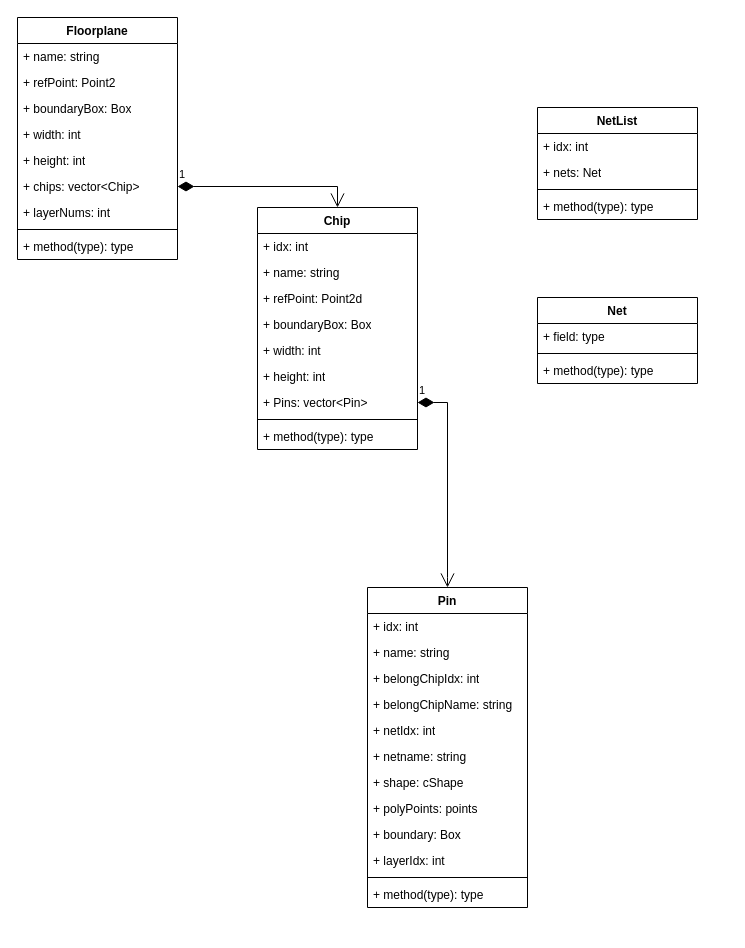
Earlier version of the draw.io diagram SoftWareTopLevel.drawio (Davidlihuang/DrawIODir). Source tidied: cells renumbered, new cells numbered last; positions are measured from the earlier drawing's top-left corner, leaving out a move shared by most shapes. Both pictures are drawn from the tidied source at 100%, with x=0, y=0 at pixel (17, 17).
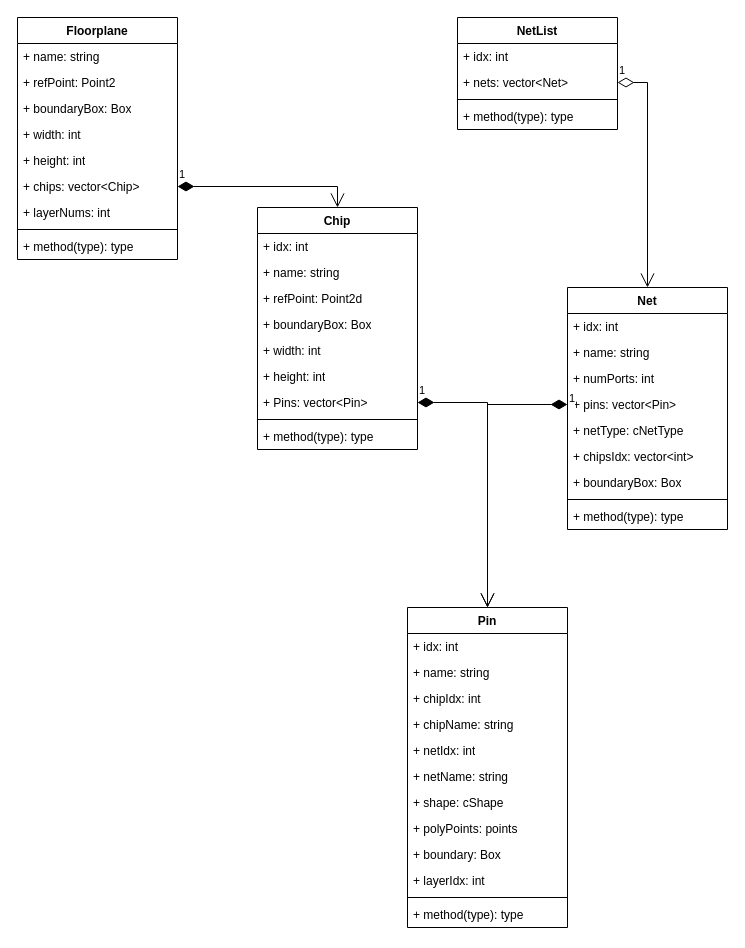
Above is the later version.

The change refers to these unchanged cells:
```xml
<mxCell id="19" value="+ Pins: vector&amp;lt;Pin&amp;gt;" style="text;strokeColor=none;fillColor=none;align=left;verticalAlign=top;spacingLeft=4;spacingRight=4;overflow=hidden;points=[[0,0.5],[1,0.5]];portConstraint=eastwest;whiteSpace=wrap;html=1;" parent="12" vertex="1">
  <mxGeometry y="182" width="160" height="26" as="geometry" />
</mxCell>
```

What changed in the source:
```diff
@@
     <mxCell id="22" value="Pin" style="swimlane;fontStyle=1;align=center;verticalAlign=top;horizontal=1;startSize=26;whiteSpace=wrap;html=1;" parent="1" vertex="1">
-      <mxGeometry x="350" y="570" width="160" height="320" as="geometry" />
+      <mxGeometry x="390" y="590" width="160" height="320" as="geometry" />
     </mxCell>
@@
-    <mxCell id="25" value="+ belongChipIdx: int" style="text;strokeColor=none;fillColor=none;align=left;verticalAlign=top;spacingLeft=4;spacingRight=4;overflow=hidden;whiteSpace=wrap;html=1;" parent="22" vertex="1">
+    <mxCell id="25" value="+ chipIdx: int" style="text;strokeColor=none;fillColor=none;align=left;verticalAlign=top;spacingLeft=4;spacingRight=4;overflow=hidden;whiteSpace=wrap;html=1;" parent="22" vertex="1">
       <mxGeometry y="78" width="160" height="26" as="geometry" />
     </mxCell>
-    <mxCell id="26" value="+ belongChipName: string" style="text;strokeColor=none;fillColor=none;align=left;verticalAlign=top;spacingLeft=4;spacingRight=4;overflow=hidden;whiteSpace=wrap;html=1;" parent="22" vertex="1">
+    <mxCell id="26" value="+ chipName: string" style="text;strokeColor=none;fillColor=none;align=left;verticalAlign=top;spacingLeft=4;spacingRight=4;overflow=hidden;whiteSpace=wrap;html=1;" parent="22" vertex="1">
       <mxGeometry y="104" width="160" height="26" as="geometry" />
     </mxCell>
@@
-    <mxCell id="28" value="+ netname: string" style="text;strokeColor=none;fillColor=none;align=left;verticalAlign=top;spacingLeft=4;spacingRight=4;overflow=hidden;whiteSpace=wrap;html=1;" parent="22" vertex="1">
+    <mxCell id="28" value="+ netName: string" style="text;strokeColor=none;fillColor=none;align=left;verticalAlign=top;spacingLeft=4;spacingRight=4;overflow=hidden;whiteSpace=wrap;html=1;" parent="22" vertex="1">
       <mxGeometry y="156" width="160" height="26" as="geometry" />
     </mxCell>
@@
     <mxCell id="35" value="Net" style="swimlane;fontStyle=1;align=center;verticalAlign=top;horizontal=1;startSize=26;whiteSpace=wrap;html=1;" parent="1" vertex="1">
-      <mxGeometry x="520" y="280" width="160" height="86" as="geometry" />
+      <mxGeometry x="550" y="270" width="160" height="242" as="geometry" />
     </mxCell>
+    <mxCell id="46" value="+ idx: int" style="text;strokeColor=none;fillColor=none;align=left;verticalAlign=top;spacingLeft=4;spacingRight=4;overflow=hidden;whiteSpace=wrap;html=1;" parent="35" vertex="1">
+      <mxGeometry y="26" width="160" height="26" as="geometry" />
+    </mxCell>
+    <mxCell id="47" value="+ name: string" style="text;strokeColor=none;fillColor=none;align=left;verticalAlign=top;spacingLeft=4;spacingRight=4;overflow=hidden;whiteSpace=wrap;html=1;" parent="35" vertex="1">
+      <mxGeometry y="52" width="160" height="26" as="geometry" />
+    </mxCell>
+    <mxCell id="48" value="+ numPorts: int" style="text;strokeColor=none;fillColor=none;align=left;verticalAlign=top;spacingLeft=4;spacingRight=4;overflow=hidden;whiteSpace=wrap;html=1;" parent="35" vertex="1">
+      <mxGeometry y="78" width="160" height="26" as="geometry" />
+    </mxCell>
-    <mxCell id="36" value="+ field: type" style="text;strokeColor=none;fillColor=none;align=left;verticalAlign=top;spacingLeft=4;spacingRight=4;overflow=hidden;points=[[0,0.5],[1,0.5]];portConstraint=eastwest;whiteSpace=wrap;html=1;" parent="35" vertex="1">
-      <mxGeometry y="26" width="160" height="26" as="geometry" />
+    <mxCell id="36" value="+ pins: vector&amp;lt;Pin&amp;gt;" style="text;strokeColor=none;fillColor=none;align=left;verticalAlign=top;spacingLeft=4;spacingRight=4;overflow=hidden;points=[[0,0.5],[1,0.5]];portConstraint=eastwest;whiteSpace=wrap;html=1;" parent="35" vertex="1">
+      <mxGeometry y="104" width="160" height="26" as="geometry" />
     </mxCell>
+    <mxCell id="49" value="+ netType: cNetType" style="text;strokeColor=none;fillColor=none;align=left;verticalAlign=top;spacingLeft=4;spacingRight=4;overflow=hidden;whiteSpace=wrap;html=1;" parent="35" vertex="1">
+      <mxGeometry y="130" width="160" height="26" as="geometry" />
+    </mxCell>
+    <mxCell id="50" value="+ chipsIdx: vector&amp;lt;int&amp;gt;" style="text;strokeColor=none;fillColor=none;align=left;verticalAlign=top;spacingLeft=4;spacingRight=4;overflow=hidden;whiteSpace=wrap;html=1;" parent="35" vertex="1">
+      <mxGeometry y="156" width="160" height="26" as="geometry" />
+    </mxCell>
+    <mxCell id="51" value="+ boundaryBox: Box" style="text;strokeColor=none;fillColor=none;align=left;verticalAlign=top;spacingLeft=4;spacingRight=4;overflow=hidden;whiteSpace=wrap;html=1;" parent="35" vertex="1">
+      <mxGeometry y="182" width="160" height="26" as="geometry" />
+    </mxCell>
     <mxCell id="37" style="line;strokeWidth=1;fillColor=none;align=left;verticalAlign=middle;spacingTop=-1;spacingLeft=3;spacingRight=3;labelPosition=right;strokeColor=inherit;" parent="35" vertex="1">
-      <mxGeometry y="52" width="160" height="8" as="geometry" />
+      <mxGeometry y="208" width="160" height="8" as="geometry" />
     </mxCell>
     <mxCell id="38" value="+ method(type): type" style="text;strokeColor=none;fillColor=none;align=left;verticalAlign=top;spacingLeft=4;spacingRight=4;overflow=hidden;whiteSpace=wrap;html=1;" parent="35" vertex="1">
-      <mxGeometry y="60" width="160" height="26" as="geometry" />
+      <mxGeometry y="216" width="160" height="26" as="geometry" />
     </mxCell>
     <mxCell id="39" value="NetList" style="swimlane;fontStyle=1;align=center;verticalAlign=top;horizontal=1;startSize=26;whiteSpace=wrap;html=1;" parent="1" vertex="1">
-      <mxGeometry x="520" y="90" width="160" height="112" as="geometry" />
+      <mxGeometry x="440" width="160" height="112" as="geometry" />
     </mxCell>
@@
-    <mxCell id="41" value="+ nets: Net" style="text;strokeColor=none;fillColor=none;align=left;verticalAlign=top;spacingLeft=4;spacingRight=4;overflow=hidden;points=[[0,0.5],[1,0.5]];portConstraint=eastwest;whiteSpace=wrap;html=1;" parent="39" vertex="1">
+    <mxCell id="41" value="+ nets: vector&amp;lt;Net&amp;gt;" style="text;strokeColor=none;fillColor=none;align=left;verticalAlign=top;spacingLeft=4;spacingRight=4;overflow=hidden;points=[[0,0.5],[1,0.5]];portConstraint=eastwest;whiteSpace=wrap;html=1;" parent="39" vertex="1">
       <mxGeometry y="52" width="160" height="26" as="geometry" />
     </mxCell>
@@
     <mxCell id="45" value="1" style="endArrow=open;html=1;endSize=12;startArrow=diamondThin;startSize=14;startFill=1;edgeStyle=orthogonalEdgeStyle;align=left;verticalAlign=bottom;rounded=0;exitX=1;exitY=0.5;exitDx=0;exitDy=0;entryX=0.5;entryY=0;entryDx=0;entryDy=0;" parent="1" edge="1" source="19" target="22">
       <mxGeometry x="-1" y="3" relative="1" as="geometry">
         <Array as="points">
-          <mxPoint x="430" y="385" />
-          <mxPoint x="430" y="560" />
+          <mxPoint x="470" y="385" />
         </Array>
       </mxGeometry>
     </mxCell>
+    <mxCell id="52" value="1" style="endArrow=open;html=1;endSize=12;startArrow=diamondThin;startSize=14;startFill=1;edgeStyle=orthogonalEdgeStyle;align=left;verticalAlign=bottom;rounded=0;exitX=0;exitY=0.5;exitDx=0;exitDy=0;entryX=0.5;entryY=0;entryDx=0;entryDy=0;" parent="1" edge="1" source="36" target="22">
+      <mxGeometry x="-1" y="3" relative="1" as="geometry">
+        <Array as="points">
+          <mxPoint x="470" y="387" />
+        </Array>
+      </mxGeometry>
+    </mxCell>
+    <mxCell id="53" value="1" style="endArrow=open;html=1;endSize=12;startArrow=diamondThin;startSize=14;startFill=0;edgeStyle=orthogonalEdgeStyle;align=left;verticalAlign=bottom;rounded=0;entryX=0.5;entryY=0;entryDx=0;entryDy=0;" parent="1" edge="1" source="41" target="35">
+      <mxGeometry x="-1" y="3" relative="1" as="geometry" />
+    </mxCell>
```
